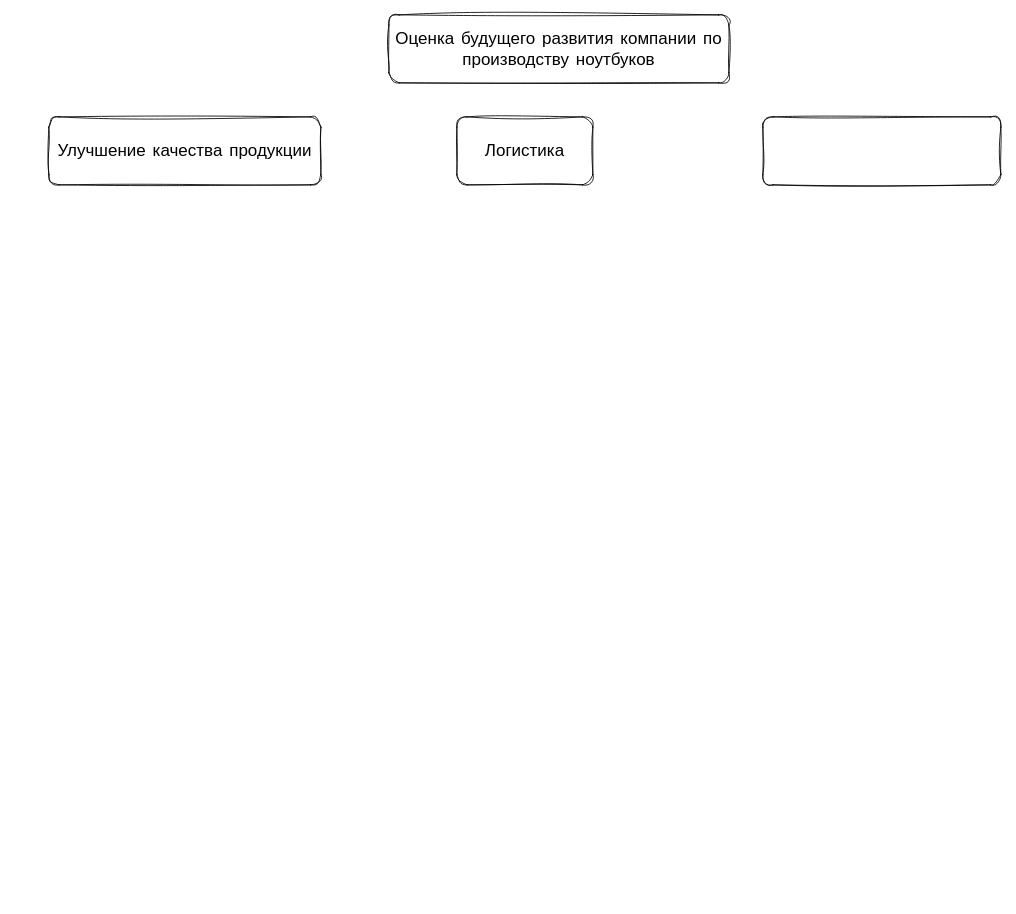
The draw.io diagram Метод анализа иерархий в задачах стратегического планирования.drawio in ShiryaevNikolay/diagrams, before the edit. Source tidied: cells renumbered, new cells numbered last; positions are measured from the earlier drawing's top-left corner, leaving out a move shared by most shapes. Both pictures are drawn from the tidied source at 85%, with x=0, y=0 at pixel (48, 14).
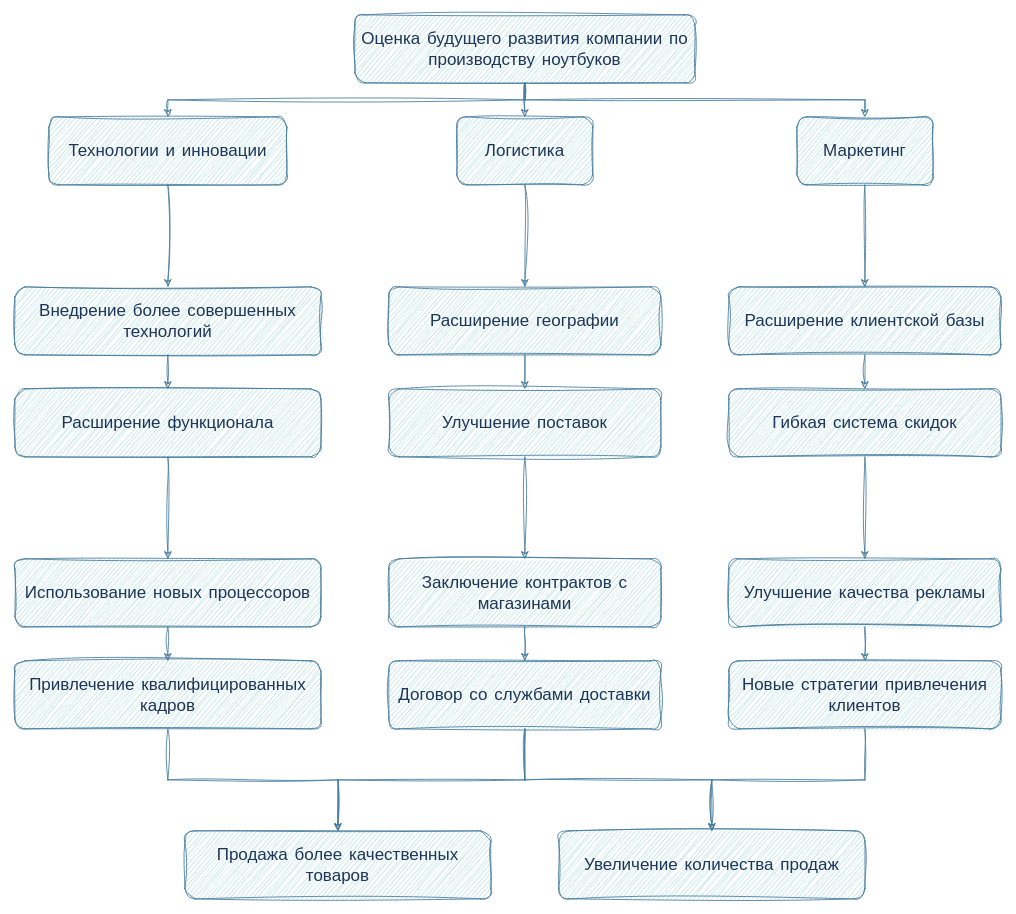
The same page after the edit.

Diff of the diagram source:
```diff
@@
+    <mxCell id="6" style="edgeStyle=orthogonalEdgeStyle;rounded=0;sketch=1;hachureGap=4;jiggle=2;curveFitting=1;jettySize=auto;html=1;exitX=0.5;exitY=1;exitDx=0;exitDy=0;entryX=0.5;entryY=0;entryDx=0;entryDy=0;fontFamily=Architects Daughter;fontSize=16;labelBackgroundColor=none;strokeColor=#457B9D;fontColor=default;" parent="1" edge="1" source="2" target="3">
+      <mxGeometry relative="1" as="geometry" />
+    </mxCell>
+    <mxCell id="7" style="edgeStyle=orthogonalEdgeStyle;rounded=0;sketch=1;hachureGap=4;jiggle=2;curveFitting=1;jettySize=auto;html=1;exitX=0.5;exitY=1;exitDx=0;exitDy=0;entryX=0.5;entryY=0;entryDx=0;entryDy=0;fontFamily=Architects Daughter;fontSize=16;labelBackgroundColor=none;strokeColor=#457B9D;fontColor=default;" parent="1" edge="1" source="2" target="4">
+      <mxGeometry relative="1" as="geometry" />
+    </mxCell>
+    <mxCell id="8" style="edgeStyle=orthogonalEdgeStyle;rounded=0;sketch=1;hachureGap=4;jiggle=2;curveFitting=1;jettySize=auto;html=1;exitX=0.5;exitY=1;exitDx=0;exitDy=0;entryX=0.5;entryY=0;entryDx=0;entryDy=0;fontFamily=Architects Daughter;fontSize=16;labelBackgroundColor=none;strokeColor=#457B9D;fontColor=default;" parent="1" edge="1" source="2" target="24">
+      <mxGeometry relative="1" as="geometry" />
+    </mxCell>
-    <mxCell id="2" value="Оценка будущего развития компании по производству ноутбуков" style="rounded=1;whiteSpace=wrap;html=1;sketch=1;hachureGap=4;jiggle=2;curveFitting=1;fontFamily=Architects Daughter;fontSize=20;" parent="1" vertex="1">
-      <mxGeometry x="400" width="400" height="80" as="geometry" />
+    <mxCell id="2" value="Оценка будущего развития компании по производству ноутбуков" style="rounded=1;whiteSpace=wrap;html=1;sketch=1;hachureGap=4;jiggle=2;curveFitting=1;fontFamily=Architects Daughter;fontSize=20;labelBackgroundColor=none;fillColor=#A8DADC;strokeColor=#457B9D;fontColor=#1D3557;" parent="1" vertex="1">
+      <mxGeometry x="360" width="400" height="80" as="geometry" />
     </mxCell>
+    <mxCell id="9" style="edgeStyle=orthogonalEdgeStyle;rounded=0;sketch=1;hachureGap=4;jiggle=2;curveFitting=1;jettySize=auto;html=1;exitX=0.5;exitY=1;exitDx=0;exitDy=0;entryX=0.5;entryY=0;entryDx=0;entryDy=0;fontFamily=Architects Daughter;fontSize=16;labelBackgroundColor=none;strokeColor=#457B9D;fontColor=default;" parent="1" edge="1" source="3" target="12">
+      <mxGeometry relative="1" as="geometry" />
+    </mxCell>
-    <mxCell id="3" value="Улучшение качества продукции" style="rounded=1;whiteSpace=wrap;html=1;sketch=1;hachureGap=4;jiggle=2;curveFitting=1;fontFamily=Architects Daughter;fontSize=20;" parent="1" vertex="1">
-      <mxGeometry y="120" width="320" height="80" as="geometry" />
+    <mxCell id="3" value="Технологии и инновации" style="rounded=1;whiteSpace=wrap;html=1;sketch=1;hachureGap=4;jiggle=2;curveFitting=1;fontFamily=Architects Daughter;fontSize=20;labelBackgroundColor=none;fillColor=#A8DADC;strokeColor=#457B9D;fontColor=#1D3557;" parent="1" vertex="1">
+      <mxGeometry y="120" width="280" height="80" as="geometry" />
     </mxCell>
+    <mxCell id="10" style="edgeStyle=orthogonalEdgeStyle;rounded=0;sketch=1;hachureGap=4;jiggle=2;curveFitting=1;jettySize=auto;html=1;exitX=0.5;exitY=1;exitDx=0;exitDy=0;entryX=0.5;entryY=0;entryDx=0;entryDy=0;fontFamily=Architects Daughter;fontSize=16;labelBackgroundColor=none;strokeColor=#457B9D;fontColor=default;" parent="1" edge="1" source="4" target="22">
+      <mxGeometry relative="1" as="geometry" />
+    </mxCell>
-    <mxCell id="4" value="Логистика" style="rounded=1;whiteSpace=wrap;html=1;sketch=1;hachureGap=4;jiggle=2;curveFitting=1;fontFamily=Architects Daughter;fontSize=20;" parent="1" vertex="1">
+    <mxCell id="4" value="Логистика" style="rounded=1;whiteSpace=wrap;html=1;sketch=1;hachureGap=4;jiggle=2;curveFitting=1;fontFamily=Architects Daughter;fontSize=20;labelBackgroundColor=none;fillColor=#A8DADC;strokeColor=#457B9D;fontColor=#1D3557;" parent="1" vertex="1">
       <mxGeometry x="480" y="120" width="160" height="80" as="geometry" />
     </mxCell>
-    <mxCell id="5" style="rounded=1;whiteSpace=wrap;html=1;sketch=1;hachureGap=4;jiggle=2;curveFitting=1;fontFamily=Architects Daughter;fontSize=20;" parent="1" vertex="1">
-      <mxGeometry x="840" y="120" width="280" height="80" as="geometry" />
-    </mxCell>
+    <mxCell id="11" style="edgeStyle=orthogonalEdgeStyle;rounded=0;sketch=1;hachureGap=4;jiggle=2;curveFitting=1;jettySize=auto;html=1;exitX=0.5;exitY=1;exitDx=0;exitDy=0;entryX=0.5;entryY=0;entryDx=0;entryDy=0;fontFamily=Architects Daughter;fontSize=16;labelBackgroundColor=none;strokeColor=#457B9D;fontColor=default;" parent="1" edge="1" source="12" target="14">
+      <mxGeometry relative="1" as="geometry" />
+    </mxCell>
+    <mxCell id="12" value="Внедрение более совершенных технологий" style="rounded=1;whiteSpace=wrap;html=1;sketch=1;hachureGap=4;jiggle=2;curveFitting=1;fontFamily=Architects Daughter;fontSize=20;labelBackgroundColor=none;fillColor=#A8DADC;strokeColor=#457B9D;fontColor=#1D3557;" parent="1" vertex="1">
+      <mxGeometry x="-40" y="320" width="360" height="80" as="geometry" />
+    </mxCell>
+    <mxCell id="13" style="edgeStyle=orthogonalEdgeStyle;rounded=0;sketch=1;hachureGap=4;jiggle=2;curveFitting=1;jettySize=auto;html=1;exitX=0.5;exitY=1;exitDx=0;exitDy=0;entryX=0.5;entryY=0;entryDx=0;entryDy=0;fontFamily=Architects Daughter;fontSize=16;labelBackgroundColor=none;strokeColor=#457B9D;fontColor=default;" parent="1" edge="1" source="14" target="16">
+      <mxGeometry relative="1" as="geometry" />
+    </mxCell>
+    <mxCell id="14" value="Расширение функционала" style="rounded=1;whiteSpace=wrap;html=1;sketch=1;hachureGap=4;jiggle=2;curveFitting=1;fontFamily=Architects Daughter;fontSize=20;labelBackgroundColor=none;fillColor=#A8DADC;strokeColor=#457B9D;fontColor=#1D3557;" parent="1" vertex="1">
+      <mxGeometry x="-40" y="440" width="360" height="80" as="geometry" />
+    </mxCell>
+    <mxCell id="15" style="edgeStyle=orthogonalEdgeStyle;rounded=0;sketch=1;hachureGap=4;jiggle=2;curveFitting=1;jettySize=auto;html=1;exitX=0.5;exitY=1;exitDx=0;exitDy=0;entryX=0.5;entryY=0;entryDx=0;entryDy=0;fontFamily=Architects Daughter;fontSize=16;labelBackgroundColor=none;strokeColor=#457B9D;fontColor=default;" parent="1" edge="1" source="16" target="18">
+      <mxGeometry relative="1" as="geometry" />
+    </mxCell>
+    <mxCell id="16" value="Использование новых процессоров" style="rounded=1;whiteSpace=wrap;html=1;sketch=1;hachureGap=4;jiggle=2;curveFitting=1;fontFamily=Architects Daughter;fontSize=20;labelBackgroundColor=none;fillColor=#A8DADC;strokeColor=#457B9D;fontColor=#1D3557;" parent="1" vertex="1">
+      <mxGeometry x="-40" y="640" width="360" height="80" as="geometry" />
+    </mxCell>
+    <mxCell id="17" style="edgeStyle=orthogonalEdgeStyle;rounded=0;sketch=1;hachureGap=4;jiggle=2;curveFitting=1;jettySize=auto;html=1;exitX=0.5;exitY=1;exitDx=0;exitDy=0;entryX=0.5;entryY=0;entryDx=0;entryDy=0;fontFamily=Architects Daughter;fontSize=16;labelBackgroundColor=none;strokeColor=#457B9D;fontColor=default;" parent="1" edge="1" source="18" target="38">
+      <mxGeometry relative="1" as="geometry" />
+    </mxCell>
+    <mxCell id="18" value="Привлечение квалифицированных кадров" style="rounded=1;whiteSpace=wrap;html=1;sketch=1;hachureGap=4;jiggle=2;curveFitting=1;fontFamily=Architects Daughter;fontSize=20;labelBackgroundColor=none;fillColor=#A8DADC;strokeColor=#457B9D;fontColor=#1D3557;" parent="1" vertex="1">
+      <mxGeometry x="-40" y="760" width="360" height="80" as="geometry" />
+    </mxCell>
+    <mxCell id="19" style="edgeStyle=orthogonalEdgeStyle;rounded=0;sketch=1;hachureGap=4;jiggle=2;curveFitting=1;jettySize=auto;html=1;exitX=0.5;exitY=1;exitDx=0;exitDy=0;entryX=0.5;entryY=0;entryDx=0;entryDy=0;fontFamily=Architects Daughter;fontSize=16;labelBackgroundColor=none;strokeColor=#457B9D;fontColor=default;" parent="1" edge="1" source="20" target="37">
+      <mxGeometry relative="1" as="geometry" />
+    </mxCell>
+    <mxCell id="20" value="Заключение контрактов с магазинами" style="rounded=1;whiteSpace=wrap;html=1;sketch=1;hachureGap=4;jiggle=2;curveFitting=1;fontFamily=Architects Daughter;fontSize=20;labelBackgroundColor=none;fillColor=#A8DADC;strokeColor=#457B9D;fontColor=#1D3557;" parent="1" vertex="1">
+      <mxGeometry x="400" y="640" width="320" height="80" as="geometry" />
+    </mxCell>
+    <mxCell id="21" style="edgeStyle=orthogonalEdgeStyle;rounded=0;sketch=1;hachureGap=4;jiggle=2;curveFitting=1;jettySize=auto;html=1;exitX=0.5;exitY=1;exitDx=0;exitDy=0;entryX=0.5;entryY=0;entryDx=0;entryDy=0;fontFamily=Architects Daughter;fontSize=16;labelBackgroundColor=none;strokeColor=#457B9D;fontColor=default;" parent="1" edge="1" source="22" target="34">
+      <mxGeometry relative="1" as="geometry" />
+    </mxCell>
+    <mxCell id="22" value="Расширение географии" style="rounded=1;whiteSpace=wrap;html=1;sketch=1;hachureGap=4;jiggle=2;curveFitting=1;fontFamily=Architects Daughter;fontSize=20;labelBackgroundColor=none;fillColor=#A8DADC;strokeColor=#457B9D;fontColor=#1D3557;" parent="1" vertex="1">
+      <mxGeometry x="400" y="320" width="320" height="80" as="geometry" />
+    </mxCell>
+    <mxCell id="23" style="edgeStyle=orthogonalEdgeStyle;rounded=0;sketch=1;hachureGap=4;jiggle=2;curveFitting=1;jettySize=auto;html=1;exitX=0.5;exitY=1;exitDx=0;exitDy=0;entryX=0.5;entryY=0;entryDx=0;entryDy=0;fontFamily=Architects Daughter;fontSize=16;labelBackgroundColor=none;strokeColor=#457B9D;fontColor=default;" parent="1" edge="1" source="24" target="26">
+      <mxGeometry relative="1" as="geometry" />
+    </mxCell>
+    <mxCell id="24" value="Маркетинг" style="rounded=1;whiteSpace=wrap;html=1;sketch=1;hachureGap=4;jiggle=2;curveFitting=1;fontFamily=Architects Daughter;fontSize=20;labelBackgroundColor=none;fillColor=#A8DADC;strokeColor=#457B9D;fontColor=#1D3557;" parent="1" vertex="1">
+      <mxGeometry x="880" y="120" width="160" height="80" as="geometry" />
+    </mxCell>
+    <mxCell id="25" style="edgeStyle=orthogonalEdgeStyle;rounded=0;sketch=1;hachureGap=4;jiggle=2;curveFitting=1;jettySize=auto;html=1;exitX=0.5;exitY=1;exitDx=0;exitDy=0;entryX=0.5;entryY=0;entryDx=0;entryDy=0;fontFamily=Architects Daughter;fontSize=16;labelBackgroundColor=none;strokeColor=#457B9D;fontColor=default;" parent="1" edge="1" source="26" target="28">
+      <mxGeometry relative="1" as="geometry" />
+    </mxCell>
+    <mxCell id="26" value="Расширение клиентской базы" style="rounded=1;whiteSpace=wrap;html=1;sketch=1;hachureGap=4;jiggle=2;curveFitting=1;fontFamily=Architects Daughter;fontSize=20;labelBackgroundColor=none;fillColor=#A8DADC;strokeColor=#457B9D;fontColor=#1D3557;" parent="1" vertex="1">
+      <mxGeometry x="800" y="320" width="320" height="80" as="geometry" />
+    </mxCell>
+    <mxCell id="27" style="edgeStyle=orthogonalEdgeStyle;rounded=0;sketch=1;hachureGap=4;jiggle=2;curveFitting=1;jettySize=auto;html=1;exitX=0.5;exitY=1;exitDx=0;exitDy=0;entryX=0.5;entryY=0;entryDx=0;entryDy=0;fontFamily=Architects Daughter;fontSize=16;labelBackgroundColor=none;strokeColor=#457B9D;fontColor=default;" parent="1" edge="1" source="28" target="30">
+      <mxGeometry relative="1" as="geometry" />
+    </mxCell>
+    <mxCell id="28" value="Гибкая система скидок" style="rounded=1;whiteSpace=wrap;html=1;sketch=1;hachureGap=4;jiggle=2;curveFitting=1;fontFamily=Architects Daughter;fontSize=20;labelBackgroundColor=none;fillColor=#A8DADC;strokeColor=#457B9D;fontColor=#1D3557;" parent="1" vertex="1">
+      <mxGeometry x="800" y="440" width="320" height="80" as="geometry" />
+    </mxCell>
+    <mxCell id="29" style="edgeStyle=orthogonalEdgeStyle;rounded=0;sketch=1;hachureGap=4;jiggle=2;curveFitting=1;jettySize=auto;html=1;exitX=0.5;exitY=1;exitDx=0;exitDy=0;entryX=0.5;entryY=0;entryDx=0;entryDy=0;fontFamily=Architects Daughter;fontSize=16;labelBackgroundColor=none;strokeColor=#457B9D;fontColor=default;" parent="1" edge="1" source="30" target="32">
+      <mxGeometry relative="1" as="geometry" />
+    </mxCell>
+    <mxCell id="30" value="Улучшение качества рекламы" style="rounded=1;whiteSpace=wrap;html=1;sketch=1;hachureGap=4;jiggle=2;curveFitting=1;fontFamily=Architects Daughter;fontSize=20;labelBackgroundColor=none;fillColor=#A8DADC;strokeColor=#457B9D;fontColor=#1D3557;" parent="1" vertex="1">
+      <mxGeometry x="800" y="640" width="320" height="80" as="geometry" />
+    </mxCell>
+    <mxCell id="31" style="edgeStyle=orthogonalEdgeStyle;rounded=0;sketch=1;hachureGap=4;jiggle=2;curveFitting=1;jettySize=auto;html=1;exitX=0.5;exitY=1;exitDx=0;exitDy=0;entryX=0.5;entryY=0;entryDx=0;entryDy=0;fontFamily=Architects Daughter;fontSize=16;labelBackgroundColor=none;strokeColor=#457B9D;fontColor=default;" parent="1" edge="1" source="32" target="39">
+      <mxGeometry relative="1" as="geometry" />
+    </mxCell>
+    <mxCell id="32" value="Новые стратегии привлечения клиентов" style="rounded=1;whiteSpace=wrap;html=1;sketch=1;hachureGap=4;jiggle=2;curveFitting=1;fontFamily=Architects Daughter;fontSize=20;labelBackgroundColor=none;fillColor=#A8DADC;strokeColor=#457B9D;fontColor=#1D3557;" parent="1" vertex="1">
+      <mxGeometry x="800" y="760" width="320" height="80" as="geometry" />
+    </mxCell>
+    <mxCell id="33" style="edgeStyle=orthogonalEdgeStyle;rounded=0;sketch=1;hachureGap=4;jiggle=2;curveFitting=1;jettySize=auto;html=1;exitX=0.5;exitY=1;exitDx=0;exitDy=0;entryX=0.5;entryY=0;entryDx=0;entryDy=0;fontFamily=Architects Daughter;fontSize=16;labelBackgroundColor=none;strokeColor=#457B9D;fontColor=default;" parent="1" edge="1" source="34" target="20">
+      <mxGeometry relative="1" as="geometry" />
+    </mxCell>
+    <mxCell id="34" value="Улучшение поставок" style="rounded=1;whiteSpace=wrap;html=1;sketch=1;hachureGap=4;jiggle=2;curveFitting=1;fontFamily=Architects Daughter;fontSize=20;labelBackgroundColor=none;fillColor=#A8DADC;strokeColor=#457B9D;fontColor=#1D3557;" parent="1" vertex="1">
+      <mxGeometry x="400" y="440" width="320" height="80" as="geometry" />
+    </mxCell>
+    <mxCell id="35" style="edgeStyle=orthogonalEdgeStyle;rounded=0;sketch=1;hachureGap=4;jiggle=2;curveFitting=1;jettySize=auto;html=1;exitX=0.5;exitY=1;exitDx=0;exitDy=0;fontFamily=Architects Daughter;fontSize=16;labelBackgroundColor=none;strokeColor=#457B9D;fontColor=default;" parent="1" edge="1" source="37">
+      <mxGeometry relative="1" as="geometry">
+        <mxPoint x="340" y="960" as="targetPoint" />
+      </mxGeometry>
+    </mxCell>
+    <mxCell id="36" style="edgeStyle=orthogonalEdgeStyle;rounded=0;sketch=1;hachureGap=4;jiggle=2;curveFitting=1;jettySize=auto;html=1;exitX=0.5;exitY=1;exitDx=0;exitDy=0;entryX=0.5;entryY=0;entryDx=0;entryDy=0;fontFamily=Architects Daughter;fontSize=16;labelBackgroundColor=none;strokeColor=#457B9D;fontColor=default;" parent="1" edge="1" source="37" target="39">
+      <mxGeometry relative="1" as="geometry" />
+    </mxCell>
+    <mxCell id="37" value="Договор со службами доставки" style="rounded=1;whiteSpace=wrap;html=1;sketch=1;hachureGap=4;jiggle=2;curveFitting=1;fontFamily=Architects Daughter;fontSize=20;labelBackgroundColor=none;fillColor=#A8DADC;strokeColor=#457B9D;fontColor=#1D3557;" parent="1" vertex="1">
+      <mxGeometry x="400" y="760" width="320" height="80" as="geometry" />
+    </mxCell>
+    <mxCell id="38" value="Продажа более качественных товаров" style="rounded=1;whiteSpace=wrap;html=1;sketch=1;hachureGap=4;jiggle=2;curveFitting=1;fontFamily=Architects Daughter;fontSize=20;labelBackgroundColor=none;fillColor=#A8DADC;strokeColor=#457B9D;fontColor=#1D3557;" parent="1" vertex="1">
+      <mxGeometry x="160" y="960" width="360" height="80" as="geometry" />
+    </mxCell>
+    <mxCell id="39" value="Увеличение количества продаж" style="rounded=1;whiteSpace=wrap;html=1;sketch=1;hachureGap=4;jiggle=2;curveFitting=1;fontFamily=Architects Daughter;fontSize=20;labelBackgroundColor=none;fillColor=#A8DADC;strokeColor=#457B9D;fontColor=#1D3557;" parent="1" vertex="1">
+      <mxGeometry x="600" y="960" width="360" height="80" as="geometry" />
+    </mxCell>
```
